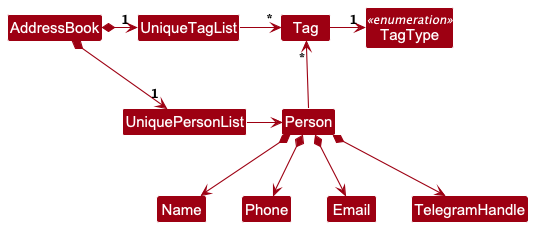
Above: docs/images/BetterModelClassDiagram.png in SeePui/tp (PlantUML), before the change.
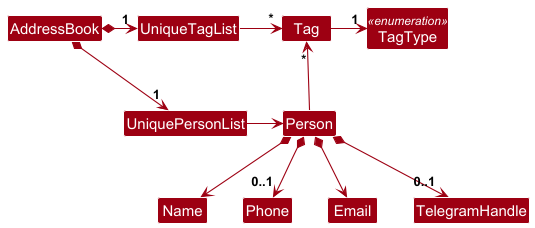
Above is the later version.

Diff of the diagram source:
```diff
@@ -18,7 +18,7 @@
 Person -up-> "*" Tag
 
 Person *--> Name
-Person *--> Phone
+Person *--> "0..1" Phone
 Person *--> Email
-Person *--> TelegramHandle
+Person *--> "0..1" TelegramHandle
 @enduml
```
